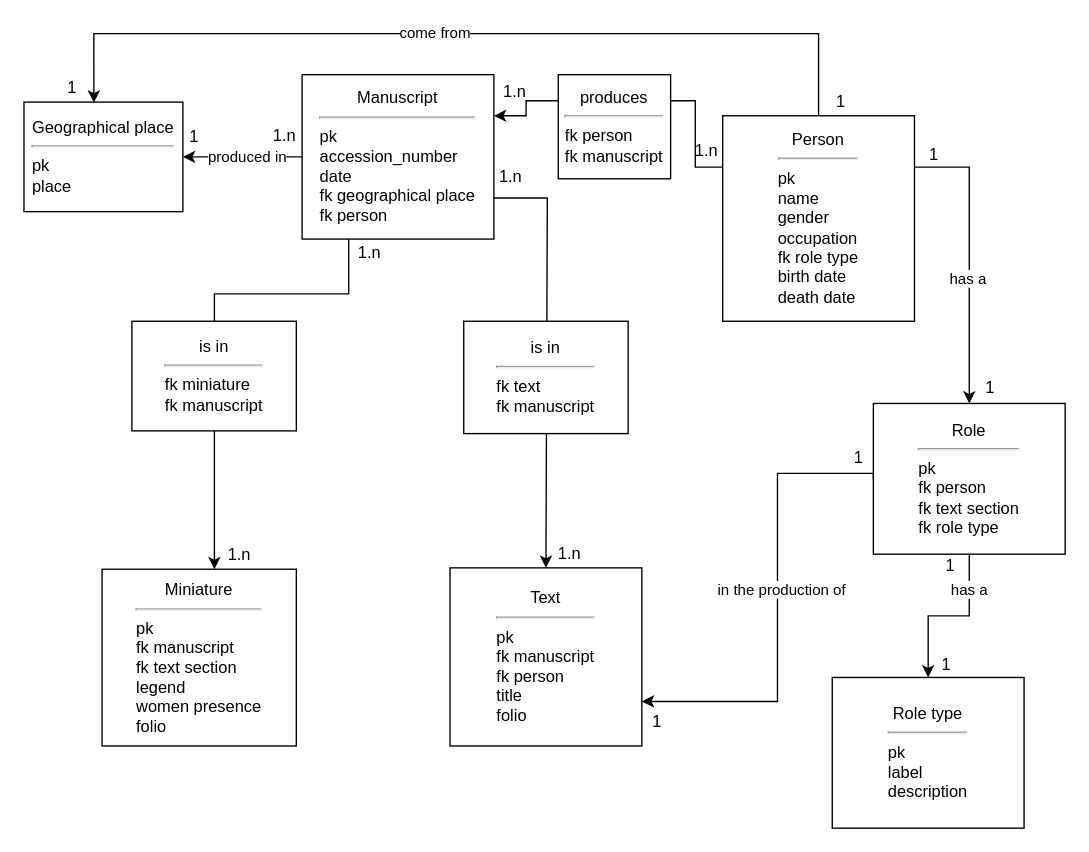
The draw.io diagram Diagramme_manuscrits_enlluminés.drawio in ellieiri/enluminures_arthuriennes, before the edit. Source tidied: cells renumbered, new cells numbered last; positions are measured from the earlier drawing's top-left corner, leaving out a move shared by most shapes. Both pictures are drawn from the tidied source at 137%, with x=0, y=0 at pixel (23, 33).
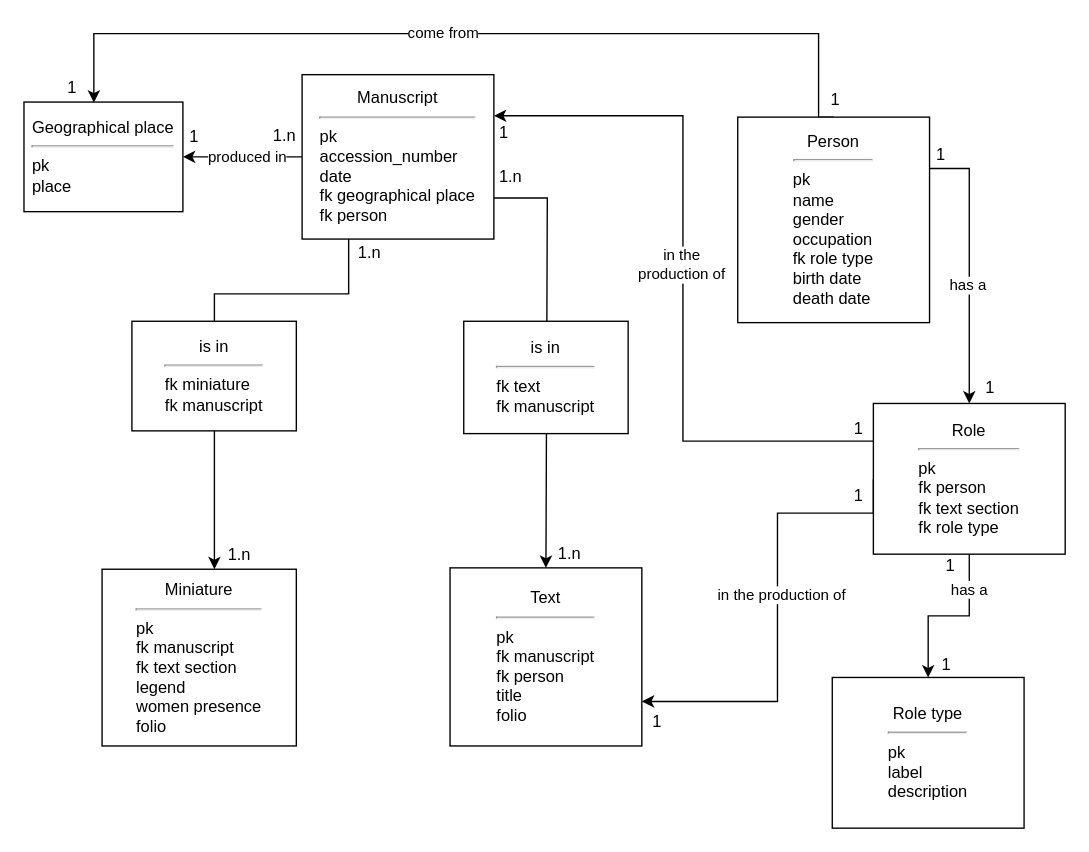
The same page after the edit.

Commit message:
Mettre à jour Diagramme_manuscrits_enlluminés.drawio

The change refers to these unchanged cells:
```xml
<mxCell id="6" value="&lt;div&gt;Manuscript&lt;/div&gt;&lt;div&gt;&lt;hr&gt;&lt;/div&gt;&lt;div align=&quot;left&quot;&gt;pk&lt;/div&gt;&lt;div align=&quot;left&quot;&gt;accession_number&lt;/div&gt;&lt;div align=&quot;left&quot;&gt;date&lt;/div&gt;&lt;div align=&quot;left&quot;&gt;fk geographical place&lt;/div&gt;&lt;div align=&quot;left&quot;&gt;fk person&lt;br&gt;&lt;/div&gt;" style="rounded=0;whiteSpace=wrap;html=1;" parent="1" vertex="1">
  <mxGeometry x="203" y="30" width="140" height="120" as="geometry" />
</mxCell>
<mxCell id="11" value="&lt;div&gt;Role&lt;br&gt;&lt;/div&gt;&lt;div&gt;&lt;hr&gt;&lt;/div&gt;&lt;div align=&quot;left&quot;&gt;pk&lt;/div&gt;&lt;div align=&quot;left&quot;&gt;fk person&lt;/div&gt;&lt;div align=&quot;left&quot;&gt;fk text section&lt;/div&gt;&lt;div align=&quot;left&quot;&gt;fk role type&lt;br&gt;&lt;/div&gt;" style="rounded=0;whiteSpace=wrap;html=1;" parent="1" vertex="1">
  <mxGeometry x="620" y="270" width="140" height="110" as="geometry" />
</mxCell>
<mxCell id="13" value="&lt;div align=&quot;center&quot;&gt;Text&lt;/div&gt;&lt;div align=&quot;center&quot;&gt;&lt;hr&gt;&lt;/div&gt;&lt;div align=&quot;left&quot;&gt;pk&lt;/div&gt;&lt;div align=&quot;left&quot;&gt;fk manuscript&lt;br&gt;&lt;/div&gt;&lt;div align=&quot;left&quot;&gt;fk person&lt;br&gt;&lt;/div&gt;&lt;div align=&quot;left&quot;&gt;title&lt;/div&gt;&lt;div align=&quot;left&quot;&gt;folio&lt;/div&gt;" style="rounded=0;whiteSpace=wrap;html=1;align=center;" parent="1" vertex="1">
  <mxGeometry x="311" y="390" width="140" height="130" as="geometry" />
</mxCell>
```

What changed in the source:
```diff
@@
     <mxCell id="7" style="edgeStyle=orthogonalEdgeStyle;rounded=0;jettySize=auto;html=1;exitX=0;exitY=0.5;exitDx=0;exitDy=0;entryX=1;entryY=0.75;entryDx=0;entryDy=0;" parent="1" edge="1" source="11" target="13">
       <mxGeometry relative="1" as="geometry">
         <Array as="points">
-          <mxPoint x="550" y="321" />
+          <mxPoint x="620" y="350" />
+          <mxPoint x="550" y="350" />
           <mxPoint x="550" y="487" />
         </Array>
       </mxGeometry>
     </mxCell>
@@
+    <mxCell id="42" style="edgeStyle=orthogonalEdgeStyle;rounded=0;jettySize=auto;html=1;exitX=0;exitY=0.25;exitDx=0;exitDy=0;entryX=1;entryY=0.25;entryDx=0;entryDy=0;" parent="1" edge="1" source="11" target="6">
+      <mxGeometry relative="1" as="geometry">
+        <Array as="points">
+          <mxPoint x="481" y="297" />
+          <mxPoint x="481" y="60" />
+        </Array>
+      </mxGeometry>
+    </mxCell>
+    <mxCell id="43" value="&lt;div&gt;in the &lt;br&gt;&lt;/div&gt;&lt;div&gt;production of&lt;/div&gt;" style="edgeLabel;html=1;align=center;verticalAlign=middle;" parent="42" vertex="1">
+      <mxGeometry x="0.04" y="2" relative="1" as="geometry" />
+    </mxCell>
@@
-    <mxCell id="26" style="edgeStyle=orthogonalEdgeStyle;rounded=0;jettySize=auto;html=1;exitX=0;exitY=0.25;exitDx=0;exitDy=0;entryX=1;entryY=0.25;entryDx=0;entryDy=0;startArrow=none;" parent="1" edge="1" source="40" target="6">
-      <mxGeometry relative="1" as="geometry" />
-    </mxCell>
     <mxCell id="27" value="&lt;div align=&quot;center&quot;&gt;Person&lt;br&gt;&lt;/div&gt;&lt;div align=&quot;center&quot;&gt;&lt;hr&gt;&lt;/div&gt;&lt;div align=&quot;left&quot;&gt;pk&lt;/div&gt;&lt;div align=&quot;left&quot;&gt;name&lt;/div&gt;&lt;div align=&quot;left&quot;&gt;gender&lt;/div&gt;&lt;div align=&quot;left&quot;&gt;occupation&lt;/div&gt;&lt;div align=&quot;left&quot;&gt;fk role type&lt;/div&gt;&lt;div align=&quot;left&quot;&gt;birth date&lt;/div&gt;&lt;div align=&quot;left&quot;&gt;death date&lt;br&gt;&lt;/div&gt;" style="rounded=0;whiteSpace=wrap;html=1;align=center;" parent="1" vertex="1">
-      <mxGeometry x="510" y="60" width="140" height="150" as="geometry" />
+      <mxGeometry x="521" y="61" width="140" height="150" as="geometry" />
     </mxCell>
     <mxCell id="28" value="1" style="text;html=1;align=center;verticalAlign=middle;strokeColor=none;fillColor=none;" parent="1" vertex="1">
-      <mxGeometry x="594" y="295" width="30" height="30" as="geometry" />
+      <mxGeometry x="594" y="323" width="30" height="30" as="geometry" />
     </mxCell>
@@
     <mxCell id="35" value="1" style="text;html=1;align=center;verticalAlign=middle;strokeColor=none;fillColor=none;" parent="1" vertex="1">
-      <mxGeometry x="581" y="35" width="30" height="30" as="geometry" />
+      <mxGeometry x="577" y="34" width="30" height="30" as="geometry" />
     </mxCell>
     <mxCell id="36" value="1" style="text;html=1;align=center;verticalAlign=middle;strokeColor=none;fillColor=none;" parent="1" vertex="1">
-      <mxGeometry x="649" y="74" width="30" height="30" as="geometry" />
+      <mxGeometry x="654" y="74" width="30" height="30" as="geometry" />
     </mxCell>
@@
-    <mxCell id="38" value="1.n" style="text;html=1;align=center;verticalAlign=middle;strokeColor=none;fillColor=none;" parent="1" vertex="1">
-      <mxGeometry x="478" y="71" width="40" height="30" as="geometry" />
-    </mxCell>
-    <mxCell id="39" value="1.n" style="text;html=1;align=center;verticalAlign=middle;strokeColor=none;fillColor=none;" parent="1" vertex="1">
-      <mxGeometry x="338" y="28" width="40" height="30" as="geometry" />
-    </mxCell>
-    <mxCell id="40" value="&lt;div&gt;produces&lt;br&gt;&lt;/div&gt;&lt;div&gt;&lt;hr&gt;&lt;/div&gt;&lt;div align=&quot;left&quot;&gt;fk person&lt;br&gt;&lt;/div&gt;&lt;div align=&quot;left&quot;&gt;fk manuscript&lt;/div&gt;" style="rounded=0;whiteSpace=wrap;html=1;" parent="1" vertex="1">
-      <mxGeometry x="390" y="30" width="82" height="76" as="geometry" />
-    </mxCell>
-    <mxCell id="41" style="edgeStyle=orthogonalEdgeStyle;rounded=0;jettySize=auto;html=1;exitX=0;exitY=0.25;exitDx=0;exitDy=0;entryX=1;entryY=0.25;entryDx=0;entryDy=0;endArrow=none;" parent="1" edge="1" source="27" target="40">
-      <mxGeometry relative="1" as="geometry" />
-    </mxCell>
+    <mxCell id="44" value="1" style="text;html=1;align=center;verticalAlign=middle;strokeColor=none;fillColor=none;" parent="1" vertex="1">
+      <mxGeometry x="594" y="274" width="30" height="30" as="geometry" />
+    </mxCell>
+    <mxCell id="45" value="1" style="text;html=1;align=center;verticalAlign=middle;strokeColor=none;fillColor=none;" parent="1" vertex="1">
+      <mxGeometry x="335" y="58" width="30" height="30" as="geometry" />
+    </mxCell>
```
